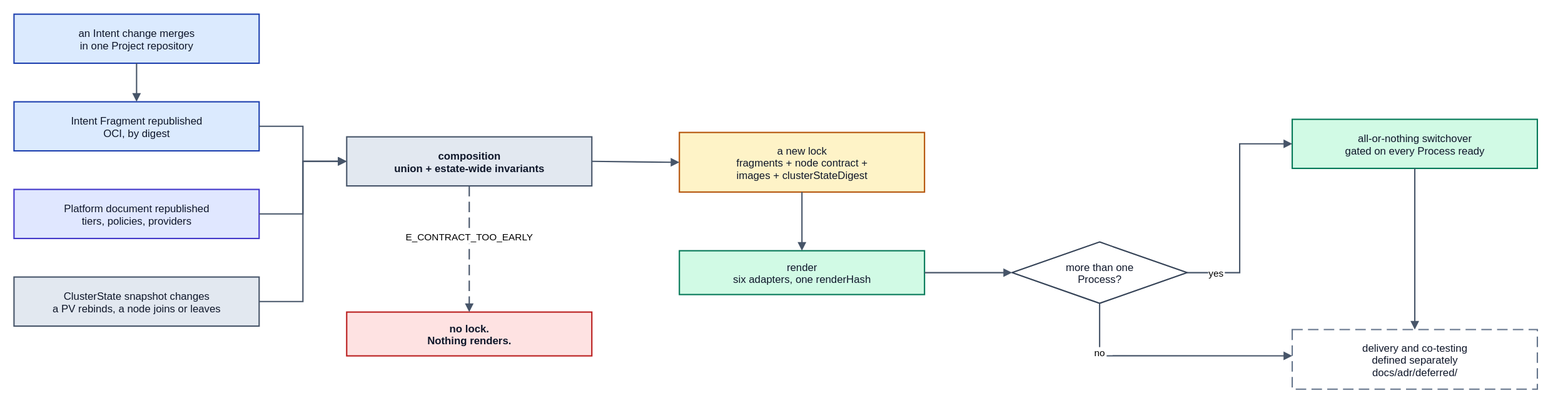
The draw.io diagram spec/v1/diagrams/50-change-end-to-end.drawio.svg in JorisJonkers-dev/deploy-kit, before a commit. Source tidied: cells renumbered, new cells last; positions are measured from the earlier drawing's top-left corner, leaving out a move shared by most shapes.
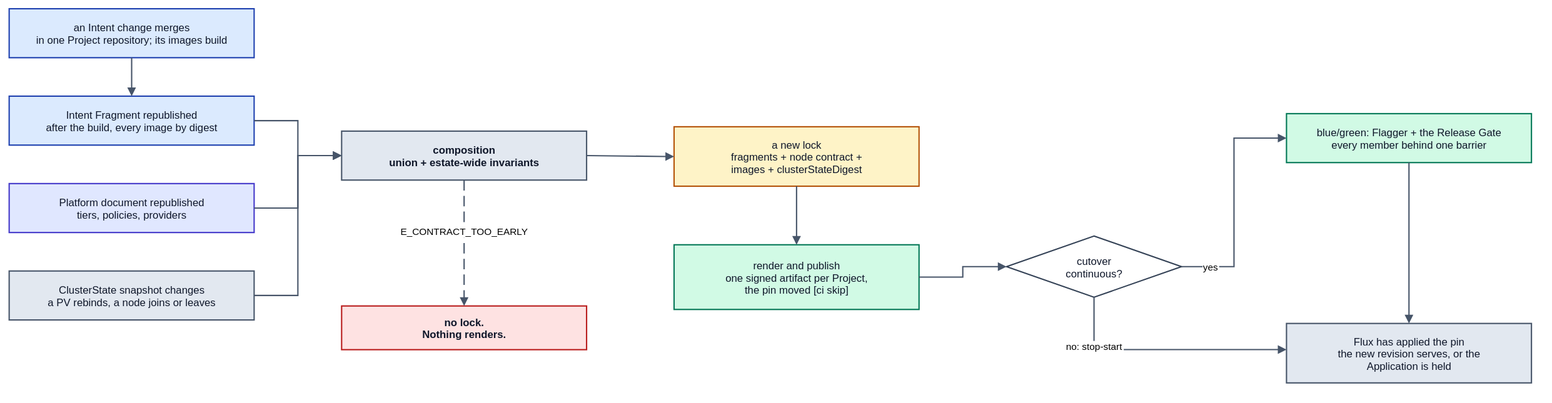
After the change.

Commit message:
docs: redraw the delivery diagrams (#174)

The edit, as a diff of the source:
```diff
@@ -2,10 +2,10 @@
   <root>
     <mxCell id="0" />
     <mxCell id="1" parent="0" />
-    <mxCell id="2" value="an Intent change merges&#10;in one Project repository" style="rounded=0;whiteSpace=nowrap;html=0;align=center;verticalAlign=middle;fillColor=#dbeafe;strokeColor=#1e40af;strokeWidth=1.5;fontFamily=Helvetica;fontSize=12;fontColor=#0f172a;" parent="1" vertex="1">
+    <mxCell id="2" value="an Intent change merges&#10;in one Project repository; its images build" style="rounded=0;whiteSpace=nowrap;html=0;align=center;verticalAlign=middle;fillColor=#dbeafe;strokeColor=#1e40af;strokeWidth=1.5;fontFamily=Helvetica;fontSize=12;fontColor=#0f172a;" parent="1" vertex="1">
       <mxGeometry width="280" height="56" as="geometry" />
     </mxCell>
-    <mxCell id="3" value="Intent Fragment republished&#10;OCI, by digest" style="rounded=0;whiteSpace=nowrap;html=0;align=center;verticalAlign=middle;fillColor=#dbeafe;strokeColor=#1e40af;strokeWidth=1.5;fontFamily=Helvetica;fontSize=12;fontColor=#0f172a;" parent="1" vertex="1">
+    <mxCell id="3" value="Intent Fragment republished&#10;after the build, every image by digest" style="rounded=0;whiteSpace=nowrap;html=0;align=center;verticalAlign=middle;fillColor=#dbeafe;strokeColor=#1e40af;strokeWidth=1.5;fontFamily=Helvetica;fontSize=12;fontColor=#0f172a;" parent="1" vertex="1">
       <mxGeometry y="100" width="280" height="56" as="geometry" />
     </mxCell>
     <mxCell id="4" value="Platform document republished&#10;tiers, policies, providers" style="rounded=0;whiteSpace=nowrap;html=0;align=center;verticalAlign=middle;fillColor=#e0e7ff;strokeColor=#4338ca;strokeWidth=1.5;fontFamily=Helvetica;fontSize=12;fontColor=#0f172a;" parent="1" vertex="1">
@@ -23,16 +23,16 @@
     <mxCell id="8" value="a new lock&#10;fragments + node contract +&#10;images + clusterStateDigest" style="rounded=0;whiteSpace=nowrap;html=0;align=center;verticalAlign=middle;fillColor=#fef3c7;strokeColor=#b45309;strokeWidth=1.5;fontFamily=Helvetica;fontSize=12;fontColor=#0f172a;" parent="1" vertex="1">
       <mxGeometry x="760" y="135" width="280" height="68" as="geometry" />
     </mxCell>
-    <mxCell id="9" value="render&#10;six adapters, one renderHash" style="rounded=0;whiteSpace=nowrap;html=0;align=center;verticalAlign=middle;fillColor=#d1fae5;strokeColor=#047857;strokeWidth=1.5;fontFamily=Helvetica;fontSize=12;fontColor=#0f172a;" parent="1" vertex="1">
-      <mxGeometry x="760" y="270" width="280" height="50" as="geometry" />
+    <mxCell id="9" value="render and publish&#10;one signed artifact per Project,&#10;the pin moved [ci skip]" style="rounded=0;whiteSpace=nowrap;html=0;align=center;verticalAlign=middle;fillColor=#d1fae5;strokeColor=#047857;strokeWidth=1.5;fontFamily=Helvetica;fontSize=12;fontColor=#0f172a;" parent="1" vertex="1">
+      <mxGeometry x="760" y="270" width="280" height="74" as="geometry" />
     </mxCell>
-    <mxCell id="10" value="more than one&#10;Process?" style="rhombus;rounded=0;whiteSpace=nowrap;html=0;align=center;verticalAlign=middle;fillColor=#ffffff;strokeColor=#334155;strokeWidth=1.5;fontFamily=Helvetica;fontSize=12;fontColor=#0f172a;" parent="1" vertex="1">
+    <mxCell id="10" value="cutover&#10;continuous?" style="rhombus;rounded=0;whiteSpace=nowrap;html=0;align=center;verticalAlign=middle;fillColor=#ffffff;strokeColor=#334155;strokeWidth=1.5;fontFamily=Helvetica;fontSize=12;fontColor=#0f172a;" parent="1" vertex="1">
       <mxGeometry x="1140" y="260" width="200" height="70" as="geometry" />
     </mxCell>
-    <mxCell id="11" value="all-or-nothing switchover&#10;gated on every Process ready" style="rounded=0;whiteSpace=nowrap;html=0;align=center;verticalAlign=middle;fillColor=#d1fae5;strokeColor=#047857;strokeWidth=1.5;fontFamily=Helvetica;fontSize=12;fontColor=#0f172a;" parent="1" vertex="1">
+    <mxCell id="11" value="blue/green: Flagger + the Release Gate&#10;every member behind one barrier" style="rounded=0;whiteSpace=nowrap;html=0;align=center;verticalAlign=middle;fillColor=#d1fae5;strokeColor=#047857;strokeWidth=1.5;fontFamily=Helvetica;fontSize=12;fontColor=#0f172a;" parent="1" vertex="1">
       <mxGeometry x="1460" y="120" width="280" height="56" as="geometry" />
     </mxCell>
-    <mxCell id="12" value="delivery and co-testing&#10;defined separately&#10;docs/adr/deferred/" style="rounded=0;whiteSpace=nowrap;html=0;align=center;verticalAlign=middle;fillColor=#ffffff;strokeColor=#64748b;strokeWidth=1.5;fontFamily=Helvetica;fontSize=12;fontColor=#0f172a;dashed=1;dashPattern=8 4;" parent="1" vertex="1">
+    <mxCell id="12" value="Flux has applied the pin&#10;the new revision serves, or the&#10;Application is held" style="rounded=0;whiteSpace=nowrap;html=0;align=center;verticalAlign=middle;fillColor=#e2e8f0;strokeColor=#475569;strokeWidth=1.5;fontFamily=Helvetica;fontSize=12;fontColor=#0f172a;" parent="1" vertex="1">
       <mxGeometry x="1460" y="360" width="280" height="68" as="geometry" />
     </mxCell>
     <mxCell id="13" style="edgeStyle=orthogonalEdgeStyle;rounded=0;html=0;jettySize=auto;jumpStyle=arc;jumpSize=8;endArrow=block;endFill=1;strokeColor=#475569;strokeWidth=1.5;fontSize=11;fontFamily=Helvetica;labelBackgroundColor=#ffffff;exitX=0.5;exitY=1;exitDx=0;exitDy=0;entryX=0.5;entryY=0;entryDx=0;entryDy=0;" parent="1" edge="1" source="2" target="3">
@@ -79,7 +79,7 @@
         </Array>
       </mxGeometry>
     </mxCell>
-    <mxCell id="21" value="no" style="edgeStyle=orthogonalEdgeStyle;rounded=0;html=0;jettySize=auto;jumpStyle=arc;jumpSize=8;endArrow=block;endFill=1;strokeColor=#475569;strokeWidth=1.5;fontSize=11;fontFamily=Helvetica;labelBackgroundColor=#ffffff;exitX=0.5;exitY=1;exitDx=0;exitDy=0;entryX=0;entryY=0.44;entryDx=0;entryDy=0;" parent="1" edge="1" source="10" target="12">
+    <mxCell id="21" value="no: stop-start" style="edgeStyle=orthogonalEdgeStyle;rounded=0;html=0;jettySize=auto;jumpStyle=arc;jumpSize=8;endArrow=block;endFill=1;strokeColor=#475569;strokeWidth=1.5;fontSize=11;fontFamily=Helvetica;labelBackgroundColor=#ffffff;exitX=0.5;exitY=1;exitDx=0;exitDy=0;entryX=0;entryY=0.44;entryDx=0;entryDy=0;" parent="1" edge="1" source="10" target="12">
       <mxGeometry x="-0.6" relative="1" as="geometry">
         <Array as="points">
           <mxPoint x="1240" y="390" />
```
